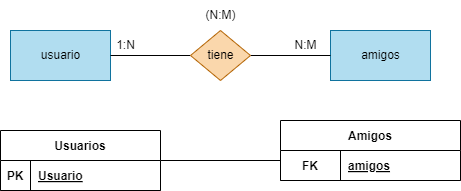
Before: BAE/Tareas/Unidad2/Images/Ejercicio16.drawio.png, a diagram exported from draw.io (ResetMeNow/DAW). Source tidied: cells renumbered, new cells last; positions are measured from the earlier drawing's top-left corner, leaving out a move shared by most shapes.
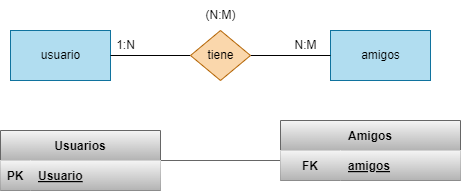
Above is the later version.

What changed in the source:
```diff
@@ -26,33 +26,33 @@
     <mxCell id="9" value="(N:M)" style="text;html=1;align=center;verticalAlign=middle;strokeColor=none;fillColor=none;" parent="1" vertex="1">
       <mxGeometry x="195" width="50" height="30" as="geometry" />
     </mxCell>
-    <mxCell id="10" style="edgeStyle=none;html=1;entryX=0;entryY=0.5;entryDx=0;entryDy=0;endArrow=none;endFill=0;" parent="1" edge="1" source="11">
+    <mxCell id="10" style="edgeStyle=none;html=1;entryX=0;entryY=0.5;entryDx=0;entryDy=0;endArrow=none;endFill=0;fillColor=#f5f5f5;strokeColor=#666666;gradientColor=#b3b3b3;" parent="1" edge="1" source="11">
       <mxGeometry relative="1" as="geometry">
         <mxPoint x="280" y="160" as="targetPoint" />
       </mxGeometry>
     </mxCell>
-    <mxCell id="11" value="Usuarios" style="shape=table;startSize=30;rowLines=0;fontStyle=1;align=center;" parent="1" vertex="1">
+    <mxCell id="11" value="Usuarios" style="shape=table;startSize=30;rowLines=0;fontStyle=1;align=center;fillColor=#f5f5f5;strokeColor=#666666;gradientColor=#b3b3b3;" parent="1" vertex="1">
       <mxGeometry y="130" width="160" height="60" as="geometry" />
     </mxCell>
-    <mxCell id="12" style="shape=tableRow;horizontal=0;startSize=0;swimlaneHead=0;swimlaneBody=0;fillColor=none;top=0;left=0;right=0;bottom=1;" parent="11" vertex="1">
+    <mxCell id="12" style="shape=tableRow;horizontal=0;startSize=0;swimlaneHead=0;swimlaneBody=0;fillColor=#f5f5f5;top=0;left=0;right=0;bottom=1;strokeColor=#666666;gradientColor=#b3b3b3;" parent="11" vertex="1">
       <mxGeometry y="30" width="160" height="30" as="geometry" />
     </mxCell>
-    <mxCell id="13" value="PK" style="shape=partialRectangle;fillColor=none;top=0;left=0;bottom=0;right=0;fontStyle=1;overflow=hidden;" parent="12" vertex="1">
+    <mxCell id="13" value="PK" style="shape=partialRectangle;fillColor=#f5f5f5;top=0;left=0;bottom=0;right=0;fontStyle=1;overflow=hidden;strokeColor=#666666;gradientColor=#b3b3b3;" parent="12" vertex="1">
       <mxGeometry width="30" height="30" as="geometry" />
     </mxCell>
-    <mxCell id="14" value="Usuario" style="shape=partialRectangle;fillColor=none;top=0;left=0;bottom=0;right=0;align=left;spacingLeft=6;fontStyle=5;overflow=hidden;" parent="12" vertex="1">
+    <mxCell id="14" value="Usuario" style="shape=partialRectangle;fillColor=#f5f5f5;top=0;left=0;bottom=0;right=0;align=left;spacingLeft=6;fontStyle=5;overflow=hidden;strokeColor=#666666;gradientColor=#b3b3b3;" parent="12" vertex="1">
       <mxGeometry x="30" width="130" height="30" as="geometry" />
     </mxCell>
-    <mxCell id="15" value="Amigos" style="shape=table;startSize=30;rowLines=0;fontStyle=1;align=center;" parent="1" vertex="1">
+    <mxCell id="15" value="Amigos" style="shape=table;startSize=30;rowLines=0;fontStyle=1;align=center;fillColor=#f5f5f5;strokeColor=#666666;gradientColor=#b3b3b3;" parent="1" vertex="1">
       <mxGeometry x="280" y="120" width="180" height="60" as="geometry" />
     </mxCell>
-    <mxCell id="16" style="shape=tableRow;horizontal=0;startSize=0;swimlaneHead=0;swimlaneBody=0;fillColor=none;top=0;left=0;right=0;bottom=1;" parent="15" vertex="1">
+    <mxCell id="16" style="shape=tableRow;horizontal=0;startSize=0;swimlaneHead=0;swimlaneBody=0;fillColor=#f5f5f5;top=0;left=0;right=0;bottom=1;strokeColor=#666666;gradientColor=#b3b3b3;" parent="15" vertex="1">
       <mxGeometry y="30" width="180" height="30" as="geometry" />
     </mxCell>
-    <mxCell id="17" value="FK" style="shape=partialRectangle;fillColor=none;top=0;left=0;bottom=0;right=0;fontStyle=1;overflow=hidden;" parent="16" vertex="1">
+    <mxCell id="17" value="FK" style="shape=partialRectangle;fillColor=#f5f5f5;top=0;left=0;bottom=0;right=0;fontStyle=1;overflow=hidden;strokeColor=#666666;gradientColor=#b3b3b3;" parent="16" vertex="1">
       <mxGeometry width="60" height="30" as="geometry" />
     </mxCell>
-    <mxCell id="18" value="amigos" style="shape=partialRectangle;fillColor=none;top=0;left=0;bottom=0;right=0;align=left;spacingLeft=6;fontStyle=5;overflow=hidden;" parent="16" vertex="1">
+    <mxCell id="18" value="amigos" style="shape=partialRectangle;fillColor=#f5f5f5;top=0;left=0;bottom=0;right=0;align=left;spacingLeft=6;fontStyle=5;overflow=hidden;strokeColor=#666666;gradientColor=#b3b3b3;" parent="16" vertex="1">
       <mxGeometry x="60" width="120" height="30" as="geometry" />
     </mxCell>
   </root>
```
